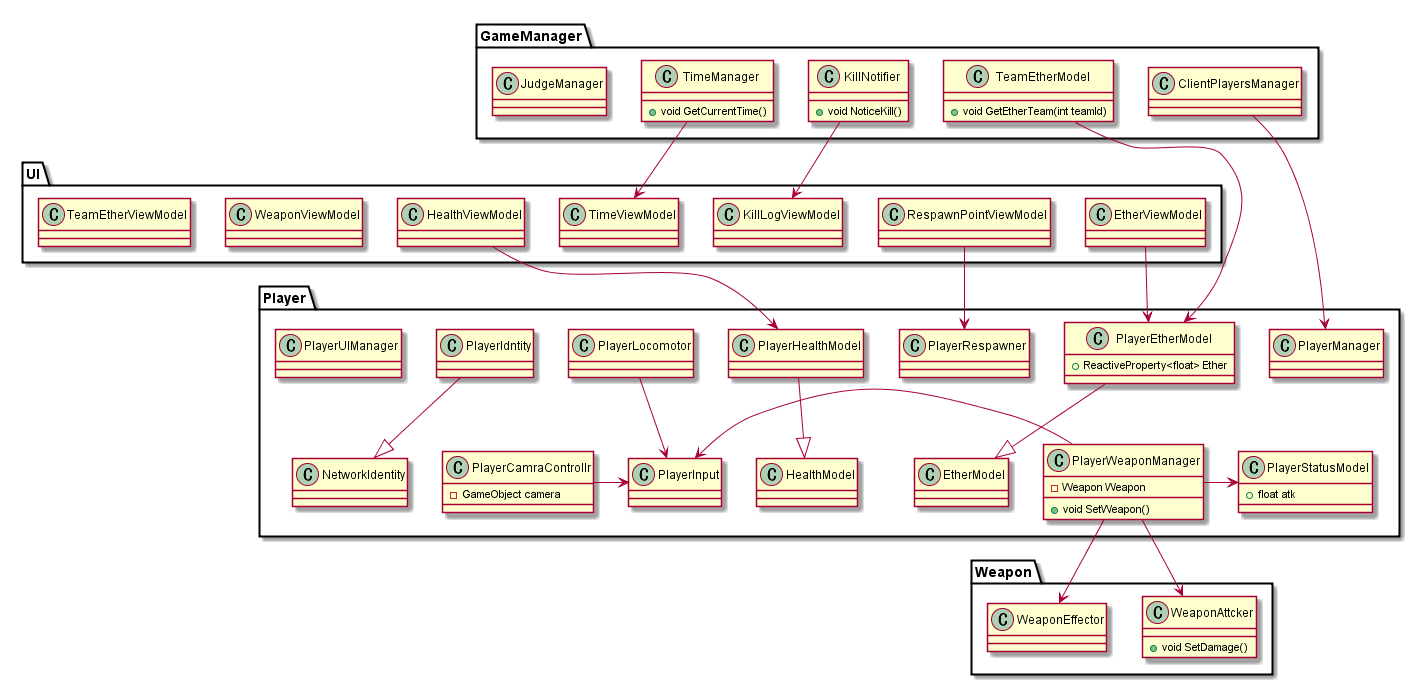
This is UML/UML.png from denx-jp/SSP, a PlantUML export, as it was before one commit. Source of this version:
```plantuml
@startuml
namespace Player{

  class PlayerManager{

  }

  class PlayerInput{

  }

  class PlayerLocomotor{

  }
  PlayerLocomotor -down-> PlayerInput

  class PlayerCamraControllr{
    - GameObject camera
  }
  PlayerCamraControllr -> PlayerInput

  class PlayerIdntity{

  }
  PlayerIdntity -down-|> NetworkIdentity

  class PlayerWeaponManager{
    - Weapon Weapon
    + void SetWeapon()
  }
  PlayerWeaponManager -left> PlayerInput
  PlayerWeaponManager -> PlayerStatusModel
  PlayerWeaponManager -> Weapon.WeaponAttcker
  PlayerWeaponManager -> Weapon.WeaponEffector

  class PlayerRespawner{

  }

  class PlayerHealthModel{

  }
  PlayerHealthModel -down-|> HealthModel

  class PlayerEtherModel{
    + ReactiveProperty<float> Ether
  }
  PlayerEtherModel -down-|> EtherModel

  class PlayerStatusModel{
    + float atk
  }
  class PlayerUIManager{

  }

}

namespace Weapon{
  class WeaponAttcker{
    + void SetDamage()
  }

  class WeaponEffector{

  }
}

namespace UI{

  class HealthViewModel{

  }
  HealthViewModel -down> Player.PlayerHealthModel

  class EtherViewModel{

  }
  EtherViewModel -> Player.PlayerEtherModel

  class WeaponViewModel{

  }
  class TimeViewModel{

  }
  GameManager.TimeManager -> TimeViewModel
  class TeamEtherViewModel{

  }
  class KillLogViewModel{

  }
  GameManager.KillNotifier -> KillLogViewModel

  class RespawnPointViewModel{

  }
  RespawnPointViewModel -> Player.PlayerRespawner

  class HealthViewModel{

  }

}

namespace GameManager{

  class ClientPlayersManager{

  }
  ClientPlayersManager --> Player.PlayerManager

  class KillNotifier{
    + void NoticeKill()
  }

  class TimeManager{
    + void GetCurrentTime()
  }

  class TeamEtherModel{
    + void GetEtherTeam(int teamId)
  }
  TeamEtherModel --> Player.PlayerEtherModel

  class JudgeManager{

  }

}

@enduml
```
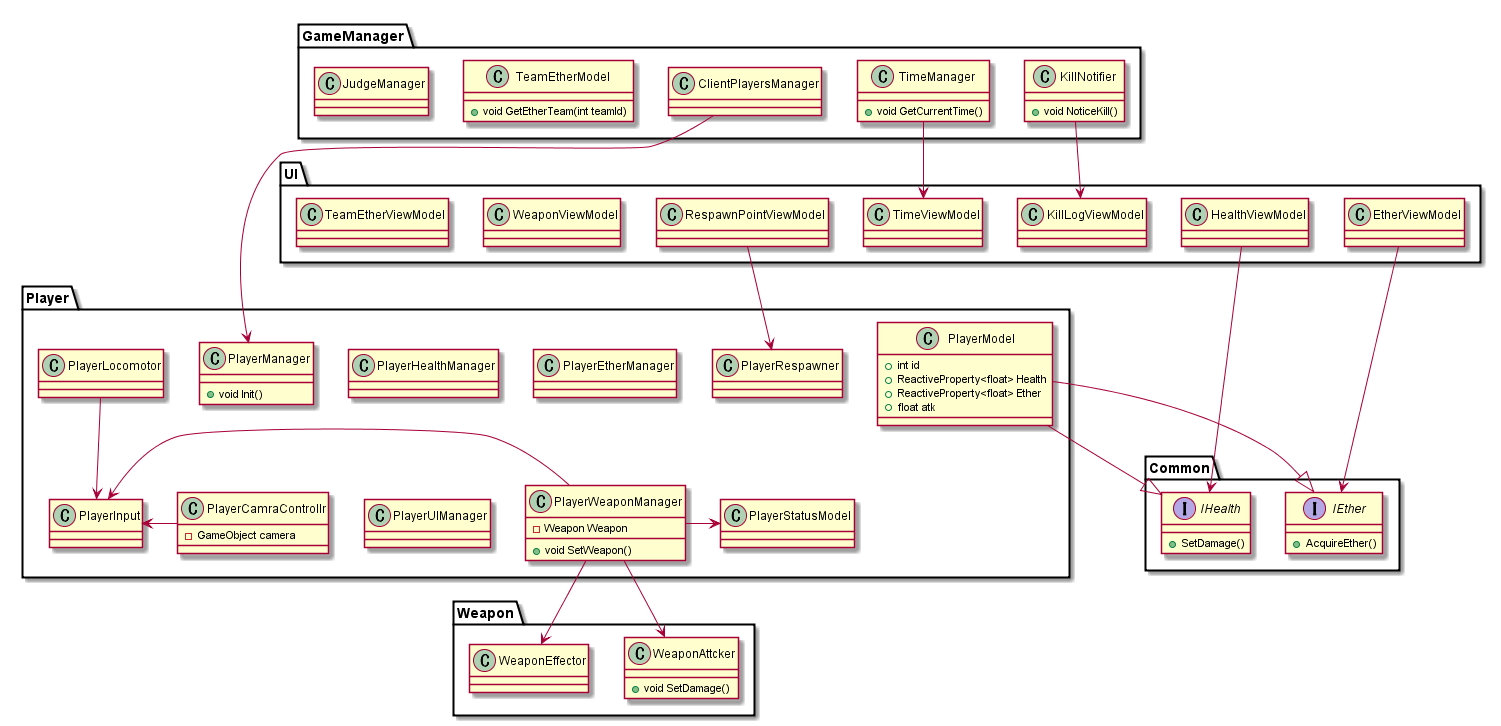
Later version of the same file.

What changed in the source:
```diff
@@ -1,7 +1,24 @@
 @startuml
 namespace Player{
 
+  class PlayerModel{
+    + int id
+    + ReactiveProperty<float> Health
+    + ReactiveProperty<float> Ether
+    + float atk
+  }
+  PlayerModel -|> Common.IHealth
+  PlayerModel -|> Common.IEther
+
   class PlayerManager{
+    + void Init()
+  }
+
+  class PlayerHealthManager{
+
+  }
+
+  class PlayerEtherManager{
 
   }
 
@@ -19,11 +36,6 @@
   }
   PlayerCamraControllr -> PlayerInput
 
-  class PlayerIdntity{
-
-  }
-  PlayerIdntity -down-|> NetworkIdentity
-
   class PlayerWeaponManager{
     - Weapon Weapon
     + void SetWeapon()
@@ -37,19 +49,6 @@
 
   }
 
-  class PlayerHealthModel{
-
-  }
-  PlayerHealthModel -down-|> HealthModel
-
-  class PlayerEtherModel{
-    + ReactiveProperty<float> Ether
-  }
-  PlayerEtherModel -down-|> EtherModel
-
-  class PlayerStatusModel{
-    + float atk
-  }
   class PlayerUIManager{
 
   }
@@ -71,12 +70,12 @@
   class HealthViewModel{
 
   }
-  HealthViewModel -down> Player.PlayerHealthModel
+  HealthViewModel -down> Common.IHealth
 
   class EtherViewModel{
 
   }
-  EtherViewModel -> Player.PlayerEtherModel
+  EtherViewModel -> Common.IEther
 
   class WeaponViewModel{
 
@@ -122,7 +121,6 @@
   class TeamEtherModel{
     + void GetEtherTeam(int teamId)
   }
-  TeamEtherModel --> Player.PlayerEtherModel
 
   class JudgeManager{
 
@@ -130,4 +128,15 @@
 
 }
 
+namespace Common{
+
+  interface IHealth{
+    + SetDamage()
+  }
+
+  interface IEther{
+    + AcquireEther()
+  }
+}
+
 @enduml
```
